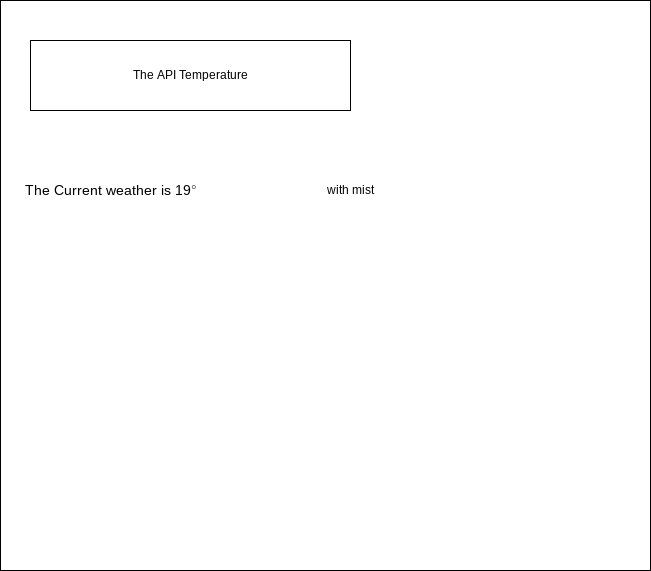
Emmanuel-Fofeyin/ICS2O-Unit6-03-HTML keeps this draw.io diagram as design/story-board.png. Above is the earlier version. Source tidied: cells renumbered, new cells last; positions are measured from the earlier drawing's top-left corner, leaving out a move shared by most shapes. Source of this version:
```xml
<mxGraphModel>
  <root>
    <mxCell id="0" />
    <mxCell id="1" parent="0" />
    <mxCell id="2" style="rounded=0;whiteSpace=wrap;html=1;" parent="1" vertex="1">
      <mxGeometry width="650" height="570" as="geometry" />
    </mxCell>
    <mxCell id="3" value="The API Temperature" style="rounded=0;whiteSpace=wrap;html=1;" parent="1" vertex="1">
      <mxGeometry x="30" y="40" width="320" height="70" as="geometry" />
    </mxCell>
    <mxCell id="4" value="&lt;span style=&quot;font-size: 14px&quot;&gt;The Current weather is 19&lt;/span&gt;&lt;span style=&quot;color: rgb(77 , 81 , 86) ; font-family: &amp;#34;arial&amp;#34; , sans-serif ; font-size: 14px ; text-align: left ; background-color: rgb(255 , 255 , 255)&quot;&gt;°&lt;/span&gt;" style="text;html=1;align=center;verticalAlign=middle;strokeColor=none;fillColor=none;" parent="1" vertex="1">
      <mxGeometry x="15" y="180" width="190" height="20" as="geometry" />
    </mxCell>
    <mxCell id="5" value="with mist" style="text;html=1;align=center;verticalAlign=middle;strokeColor=none;fillColor=none;" parent="1" vertex="1">
      <mxGeometry x="320" y="180" width="60" height="20" as="geometry" />
    </mxCell>
  </root>
</mxGraphModel>
```
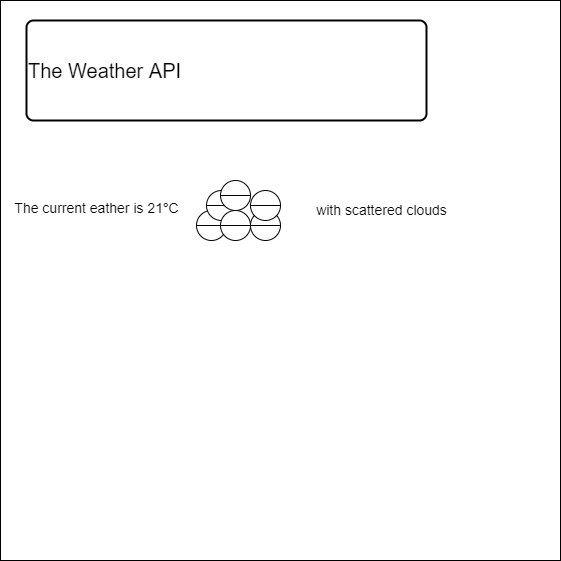
Later version of the same file.

The edit, as a diff of the source:
```diff
@@ -2,17 +2,35 @@
   <root>
     <mxCell id="0" />
     <mxCell id="1" parent="0" />
-    <mxCell id="2" style="rounded=0;whiteSpace=wrap;html=1;" parent="1" vertex="1">
-      <mxGeometry width="650" height="570" as="geometry" />
-    </mxCell>
-    <mxCell id="3" value="The API Temperature" style="rounded=0;whiteSpace=wrap;html=1;" parent="1" vertex="1">
-      <mxGeometry x="30" y="40" width="320" height="70" as="geometry" />
-    </mxCell>
-    <mxCell id="4" value="&lt;span style=&quot;font-size: 14px&quot;&gt;The Current weather is 19&lt;/span&gt;&lt;span style=&quot;color: rgb(77 , 81 , 86) ; font-family: &amp;#34;arial&amp;#34; , sans-serif ; font-size: 14px ; text-align: left ; background-color: rgb(255 , 255 , 255)&quot;&gt;°&lt;/span&gt;" style="text;html=1;align=center;verticalAlign=middle;strokeColor=none;fillColor=none;" parent="1" vertex="1">
-      <mxGeometry x="15" y="180" width="190" height="20" as="geometry" />
-    </mxCell>
-    <mxCell id="5" value="with mist" style="text;html=1;align=center;verticalAlign=middle;strokeColor=none;fillColor=none;" parent="1" vertex="1">
-      <mxGeometry x="320" y="180" width="60" height="20" as="geometry" />
-    </mxCell>
+    <mxCell id="6" style="whiteSpace=wrap;html=1;" parent="1" vertex="1">
+      <mxGeometry x="34" y="80" width="560" height="560" as="geometry" />
+    </mxCell>
+    <mxCell id="7" value="&lt;font style=&quot;font-size: 20px&quot;&gt;The Weather API&lt;/font&gt;" style="rounded=1;whiteSpace=wrap;html=1;absoluteArcSize=1;arcSize=14;strokeWidth=2;align=left;" parent="1" vertex="1">
+      <mxGeometry x="60" y="100" width="400" height="100" as="geometry" />
+    </mxCell>
+    <mxCell id="8" value="&lt;font style=&quot;font-size: 14px&quot;&gt;The current eather is 21&lt;b style=&quot;color: rgb(32 , 33 , 36) ; font-family: &amp;#34;arial&amp;#34; , sans-serif ; text-align: left ; background-color: rgb(255 , 255 , 255)&quot;&gt;°&lt;/b&gt;C&lt;/font&gt;" style="text;html=1;align=center;verticalAlign=middle;strokeColor=none;fillColor=none;fontSize=20;" parent="1" vertex="1">
+      <mxGeometry x="40" y="270" width="180" height="30" as="geometry" />
+    </mxCell>
+    <mxCell id="9" style="shape=lineEllipse;perimeter=ellipsePerimeter;whiteSpace=wrap;html=1;backgroundOutline=1;fontSize=14;" parent="1" vertex="1">
+      <mxGeometry x="284" y="290" width="30" height="30" as="geometry" />
+    </mxCell>
+    <mxCell id="10" style="shape=lineEllipse;perimeter=ellipsePerimeter;whiteSpace=wrap;html=1;backgroundOutline=1;fontSize=14;" parent="1" vertex="1">
+      <mxGeometry x="230" y="290" width="30" height="30" as="geometry" />
+    </mxCell>
+    <mxCell id="11" style="shape=lineEllipse;perimeter=ellipsePerimeter;whiteSpace=wrap;html=1;backgroundOutline=1;fontSize=14;" parent="1" vertex="1">
+      <mxGeometry x="240" y="270" width="30" height="30" as="geometry" />
+    </mxCell>
+    <mxCell id="12" style="shape=lineEllipse;perimeter=ellipsePerimeter;whiteSpace=wrap;html=1;backgroundOutline=1;fontSize=14;" parent="1" vertex="1">
+      <mxGeometry x="284" y="270" width="30" height="30" as="geometry" />
+    </mxCell>
+    <mxCell id="13" style="shape=lineEllipse;perimeter=ellipsePerimeter;whiteSpace=wrap;html=1;backgroundOutline=1;fontSize=14;" parent="1" vertex="1">
+      <mxGeometry x="254" y="290" width="30" height="30" as="geometry" />
+    </mxCell>
+    <mxCell id="14" style="shape=lineEllipse;perimeter=ellipsePerimeter;whiteSpace=wrap;html=1;backgroundOutline=1;fontSize=14;" parent="1" vertex="1">
+      <mxGeometry x="254" y="260" width="30" height="30" as="geometry" />
+    </mxCell>
+    <mxCell id="15" value="with scattered clouds" style="text;html=1;align=center;verticalAlign=middle;strokeColor=none;fillColor=none;fontSize=14;" parent="1" vertex="1">
+      <mxGeometry x="340" y="280" width="150" height="20" as="geometry" />
+    </mxCell>
   </root>
 </mxGraphModel>
```
